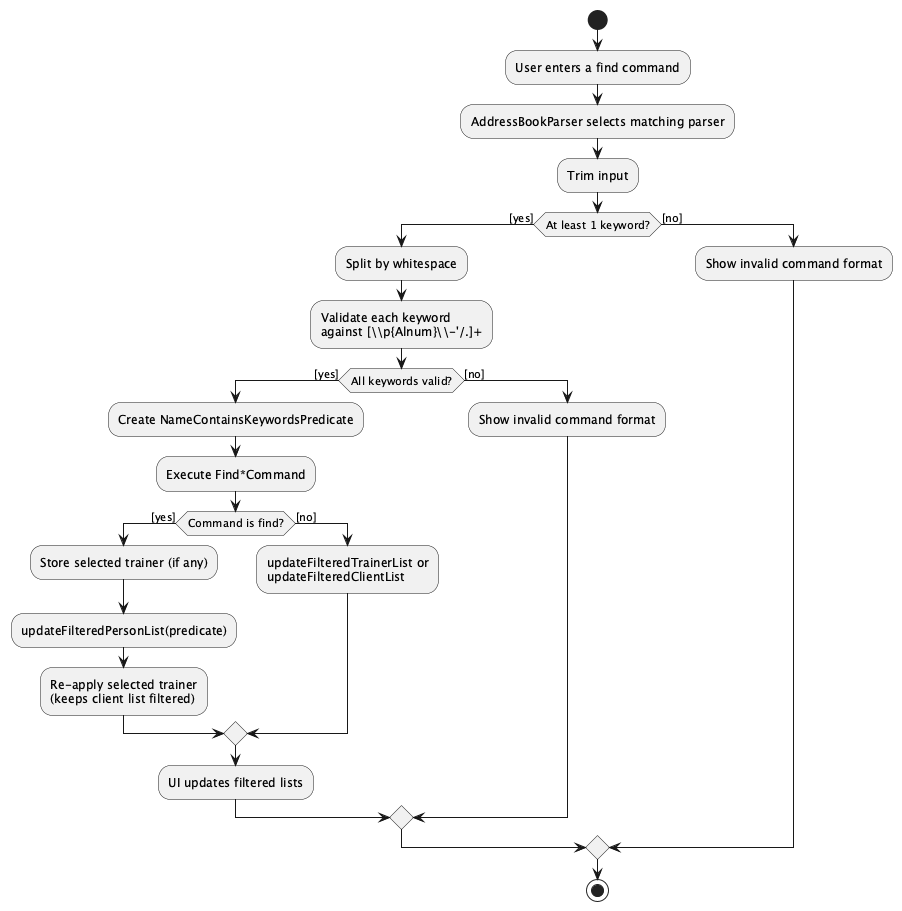
This is docs/images/find/FindFeatureActivityDiagram.png from AY2526S2-CS2103T-T17-1/tp, a PlantUML export, as it was before one commit. Source of this version:
```plantuml
@startuml
start
:User enters a find command;
:AddressBookParser selects matching parser;
:Trim input;
if (At least 1 keyword?) then ([yes])
  :Split by whitespace;
  :Validate each keyword
  against [\\p{Alnum}\\-'/.]+;
  if (All keywords valid?) then ([yes])
    :Create NameContainsKeywordsPredicate;
    :Execute Find*Command;
    if (Command is find?) then ([yes])
      :Store selected trainer (if any);
      :updateFilteredPersonList(predicate);
      :Re-apply selected trainer
      (keeps client list filtered);
    else ([no])
      :updateFilteredTrainerList or
      updateFilteredClientList;
    endif
    :UI updates filtered lists;
  else ([no])
    :Show invalid command format;
  endif
else ([no])
  :Show invalid command format;
endif
stop
@enduml
```
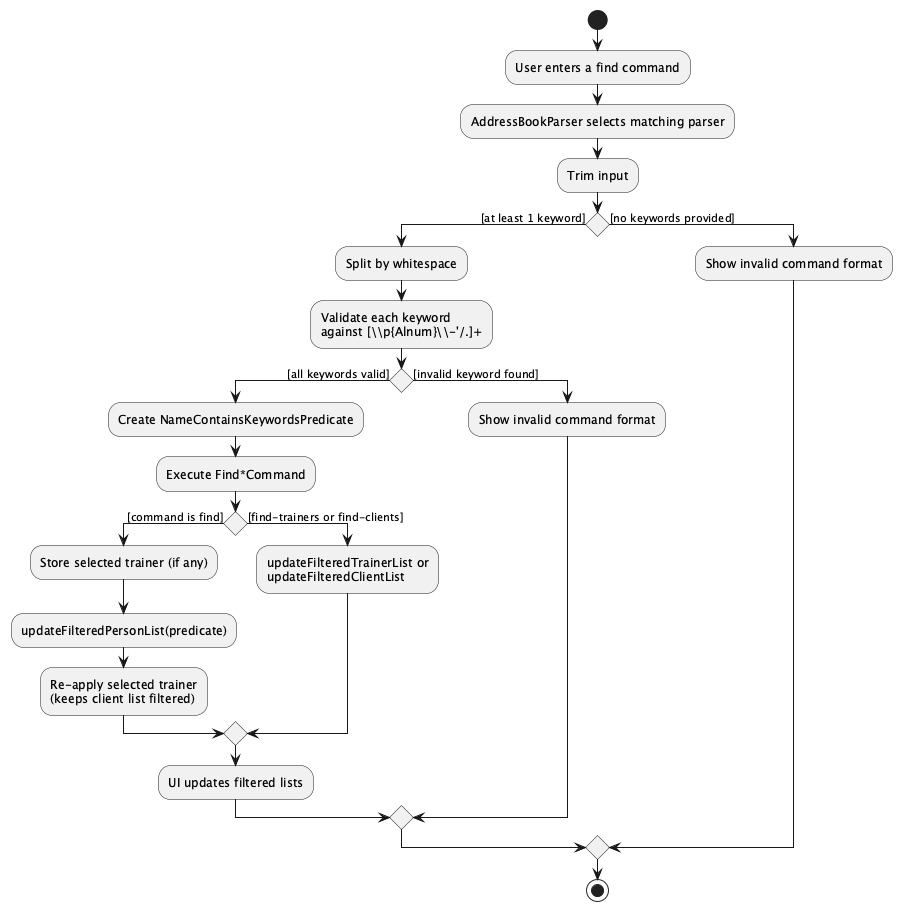
After the commit.

Commit message:
Address PR review comments: UG cleanup and fix find activity diagrams

The edit, as a diff of the source:
```diff
@@ -3,27 +3,27 @@
 :User enters a find command;
 :AddressBookParser selects matching parser;
 :Trim input;
-if (At least 1 keyword?) then ([yes])
+if () then ([at least 1 keyword])
   :Split by whitespace;
   :Validate each keyword
   against [\\p{Alnum}\\-'/.]+;
-  if (All keywords valid?) then ([yes])
+  if () then ([all keywords valid])
     :Create NameContainsKeywordsPredicate;
     :Execute Find*Command;
-    if (Command is find?) then ([yes])
+    if () then ([command is find])
       :Store selected trainer (if any);
       :updateFilteredPersonList(predicate);
       :Re-apply selected trainer
       (keeps client list filtered);
-    else ([no])
+    else ([find-trainers or find-clients])
       :updateFilteredTrainerList or
       updateFilteredClientList;
     endif
     :UI updates filtered lists;
-  else ([no])
+  else ([invalid keyword found])
     :Show invalid command format;
   endif
-else ([no])
+else ([no keywords provided])
   :Show invalid command format;
 endif
 stop
```
